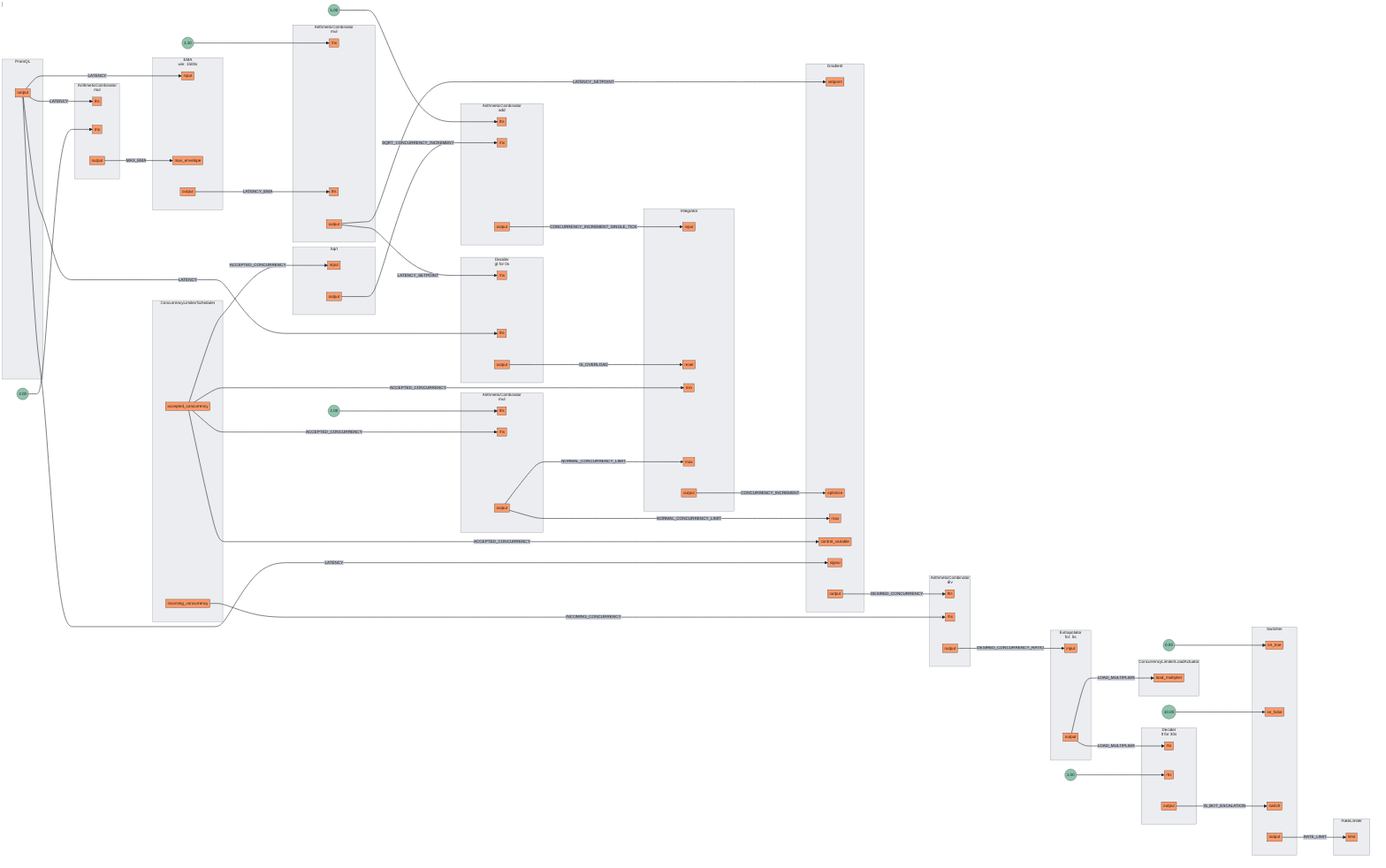
dataongunlaws/aperture keeps this Mermaid diagram as docs/content/tutorials/flow-control/rate-limiting/assets/dynamic-rate-limiting/dynamic-rate-limiting.mmd.png. Above is the earlier version. Its source is kept beside it as docs/content/tutorials/flow-control/rate-limiting/assets/dynamic-rate-limiting/dynamic-rate-limiting.mmd.
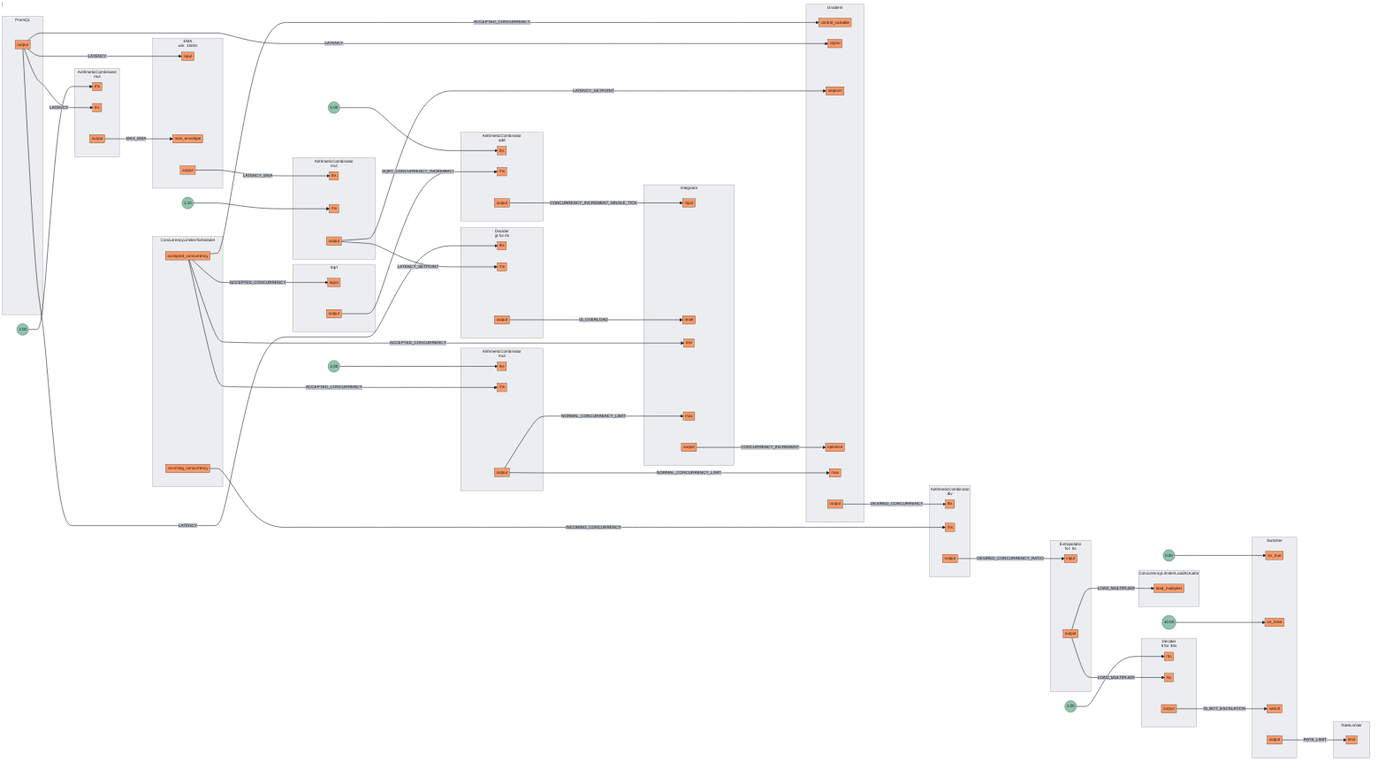
Above is the later version.

What changed in the source:
```diff
@@ -2,8 +2,8 @@
 subgraph 0[<center>ArithmeticCombinator<br/>mul</center>]
 subgraph 0_inports[ ]
 style 0_inports fill:none,stroke:none
+0rhs[rhs]
 0lhs[lhs]
-0rhs[rhs]
 end
 subgraph 0_outports[ ]
 style 0_outports fill:none,stroke:none
@@ -15,8 +15,8 @@
 subgraph 1[<center>ArithmeticCombinator<br/>mul</center>]
 subgraph 1_inports[ ]
 style 1_inports fill:none,stroke:none
+1lhs[lhs]
 1rhs[rhs]
-1lhs[lhs]
 end
 subgraph 1_outports[ ]
 style 1_outports fill:none,stroke:none
@@ -105,11 +105,11 @@
 subgraph 9[Gradient]
 subgraph 9_inports[ ]
 style 9_inports fill:none,stroke:none
+9control_variable[control_variable]
+9signal[signal]
 9setpoint[setpoint]
 9optimize[optimize]
 9max[max]
-9control_variable[control_variable]
-9signal[signal]
 end
 subgraph 9_outports[ ]
 style 9_outports fill:none,stroke:none
@@ -164,8 +164,8 @@
 subgraph 12[<center>Decider<br/>gt for 0s</center>]
 subgraph 12_inports[ ]
 style 12_inports fill:none,stroke:none
+12lhs[lhs]
 12rhs[rhs]
-12lhs[lhs]
 end
 subgraph 12_outports[ ]
 style 12_outports fill:none,stroke:none
@@ -175,8 +175,8 @@
 subgraph 13[<center>Decider<br/>lt for 30s</center>]
 subgraph 13_inports[ ]
 style 13_inports fill:none,stroke:none
+13rhs[rhs]
 13lhs[lhs]
-13rhs[rhs]
 end
 subgraph 13_outports[ ]
 style 13_outports fill:none,stroke:none
@@ -185,28 +185,28 @@
 end
 FakeConstant6((1.00))
 FakeConstant6 --> 13rhs
+1output --> |LATENCY_SETPOINT| 9setpoint
+1output --> |LATENCY_SETPOINT| 12rhs
+9output --> |DESIRED_CONCURRENCY| 2lhs
+10output --> |LOAD_MULTIPLIER| 11.LoadActuatorload_multiplier
+10output --> |LOAD_MULTIPLIER| 13lhs
+11.Schedulerincoming_concurrency --> |INCOMING_CONCURRENCY| 2rhs
+11.Scheduleraccepted_concurrency --> |ACCEPTED_CONCURRENCY| 3rhs
+11.Scheduleraccepted_concurrency --> |ACCEPTED_CONCURRENCY| 5min
+11.Scheduleraccepted_concurrency --> |ACCEPTED_CONCURRENCY| 6input
+11.Scheduleraccepted_concurrency --> |ACCEPTED_CONCURRENCY| 9control_variable
+14output --> |RATE_LIMIT| 15limit
+2output --> |DESIRED_CONCURRENCY_RATIO| 10input
 3output --> |NORMAL_CONCURRENCY_LIMIT| 5max
 3output --> |NORMAL_CONCURRENCY_LIMIT| 9max
-9output --> |DESIRED_CONCURRENCY| 2lhs
-6output --> |SQRT_CONCURRENCY_INCREMENT| 4rhs
-8output --> |LATENCY_EMA| 1lhs
-11.Schedulerincoming_concurrency --> |INCOMING_CONCURRENCY| 2rhs
-12output --> |IS_OVERLOAD| 5reset
-14output --> |RATE_LIMIT| 15limit
-1output --> |LATENCY_SETPOINT| 9setpoint
-1output --> |LATENCY_SETPOINT| 12rhs
 4output --> |CONCURRENCY_INCREMENT_SINGLE_TICK| 5input
 5output --> |CONCURRENCY_INCREMENT| 9optimize
-13output --> |IS_BOT_ESCALATION| 14switch
 0output --> |MAX_EMA| 8max_envelope
-2output --> |DESIRED_CONCURRENCY_RATIO| 10input
+6output --> |SQRT_CONCURRENCY_INCREMENT| 4rhs
 7output --> |LATENCY| 0lhs
 7output --> |LATENCY| 8input
 7output --> |LATENCY| 9signal
 7output --> |LATENCY| 12lhs
-10output --> |LOAD_MULTIPLIER| 11.LoadActuatorload_multiplier
-10output --> |LOAD_MULTIPLIER| 13lhs
-11.Scheduleraccepted_concurrency --> |ACCEPTED_CONCURRENCY| 3rhs
-11.Scheduleraccepted_concurrency --> |ACCEPTED_CONCURRENCY| 5min
-11.Scheduleraccepted_concurrency --> |ACCEPTED_CONCURRENCY| 6input
-11.Scheduleraccepted_concurrency --> |ACCEPTED_CONCURRENCY| 9control_variable
+8output --> |LATENCY_EMA| 1lhs
+12output --> |IS_OVERLOAD| 5reset
+13output --> |IS_BOT_ESCALATION| 14switch
```
